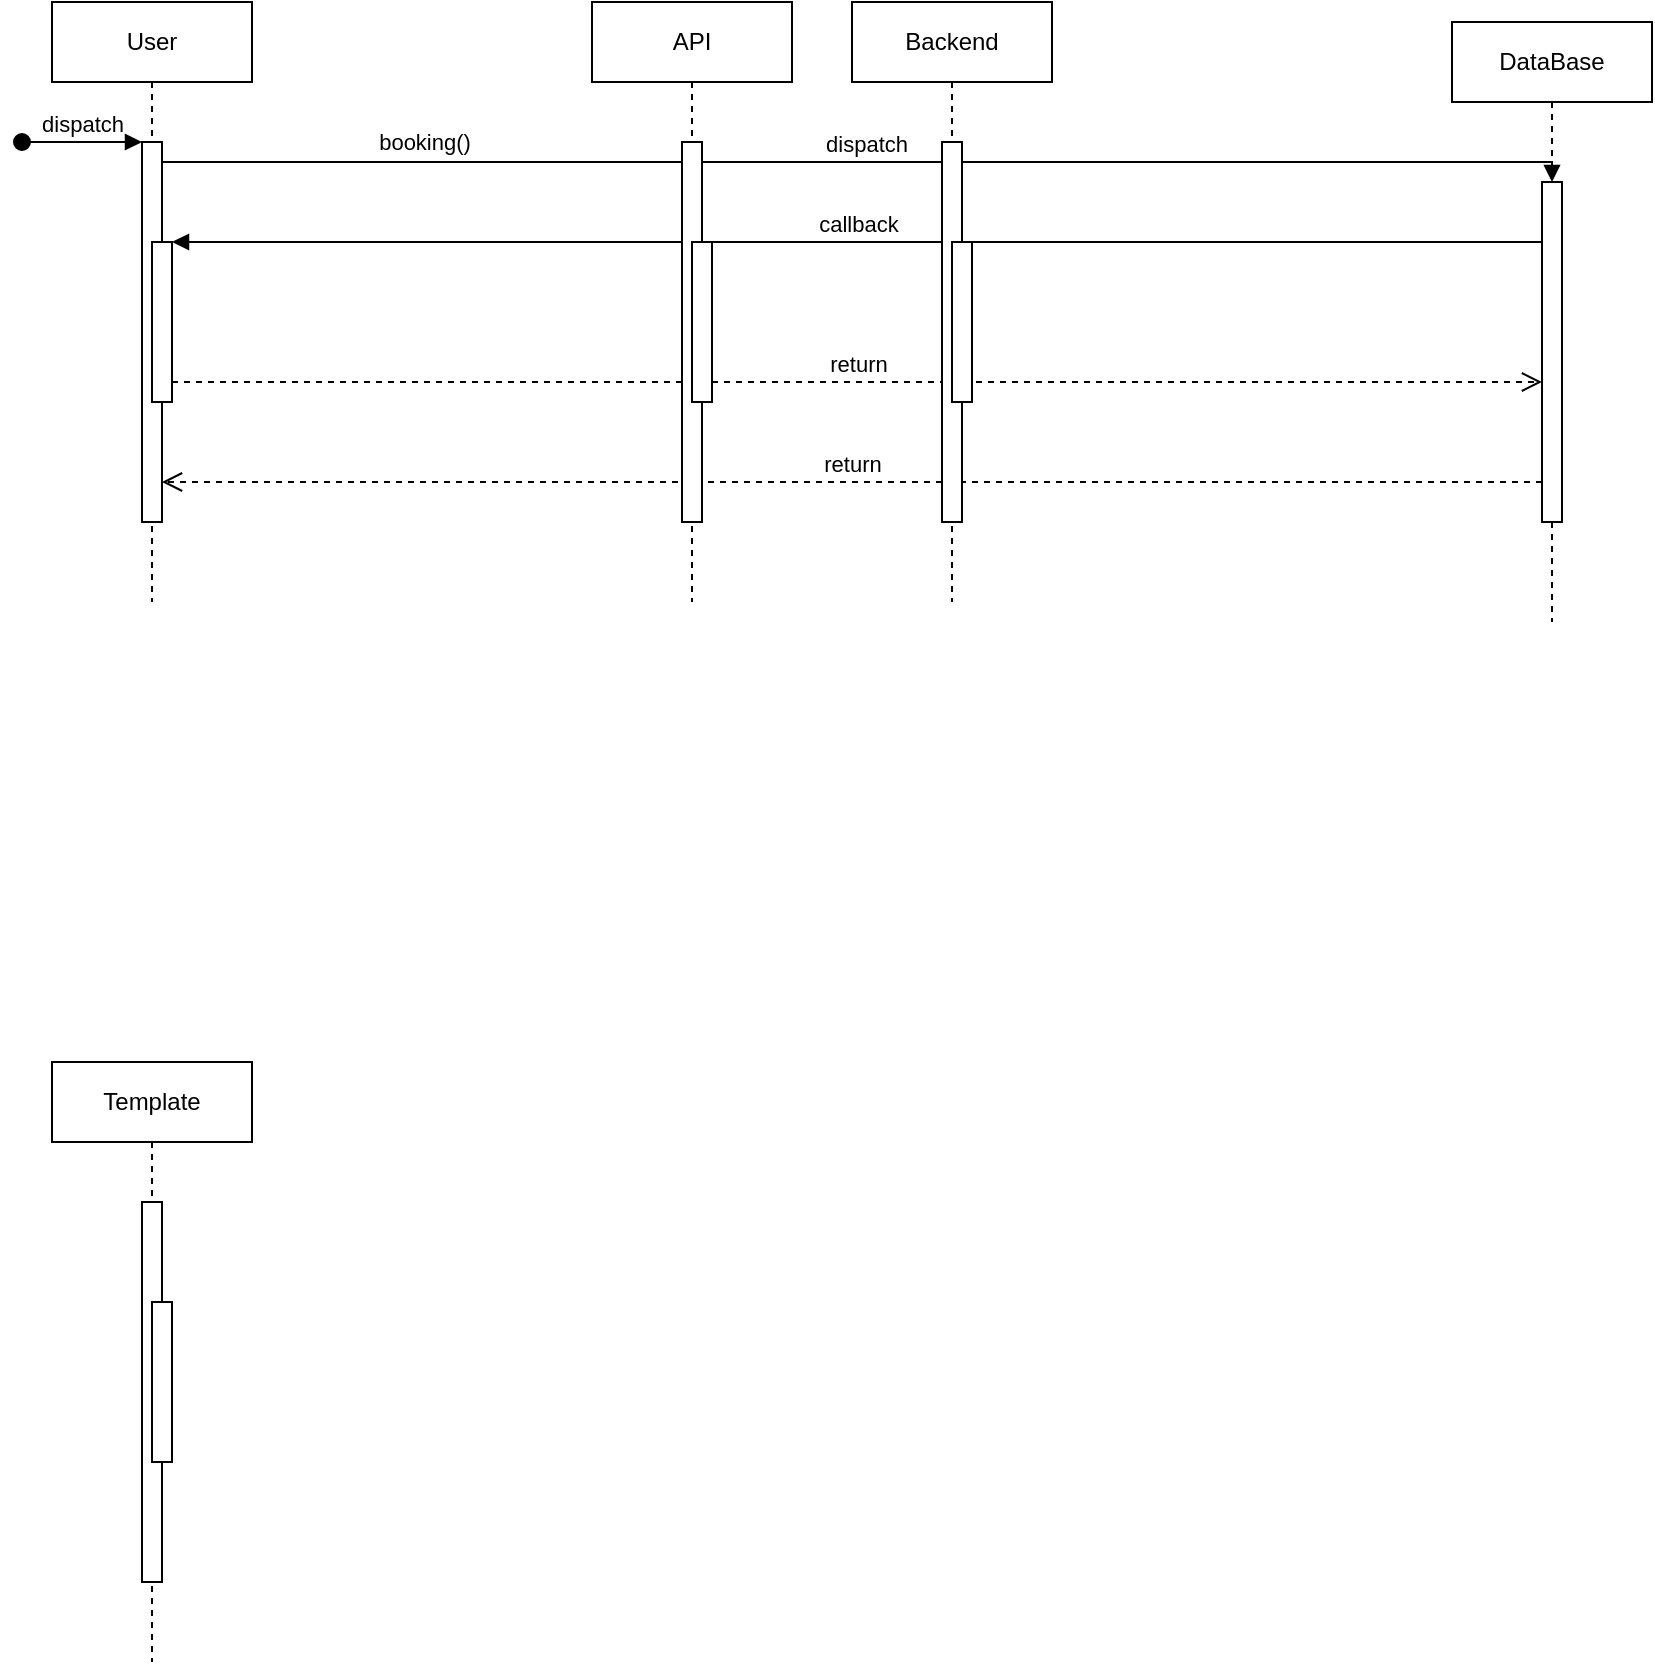
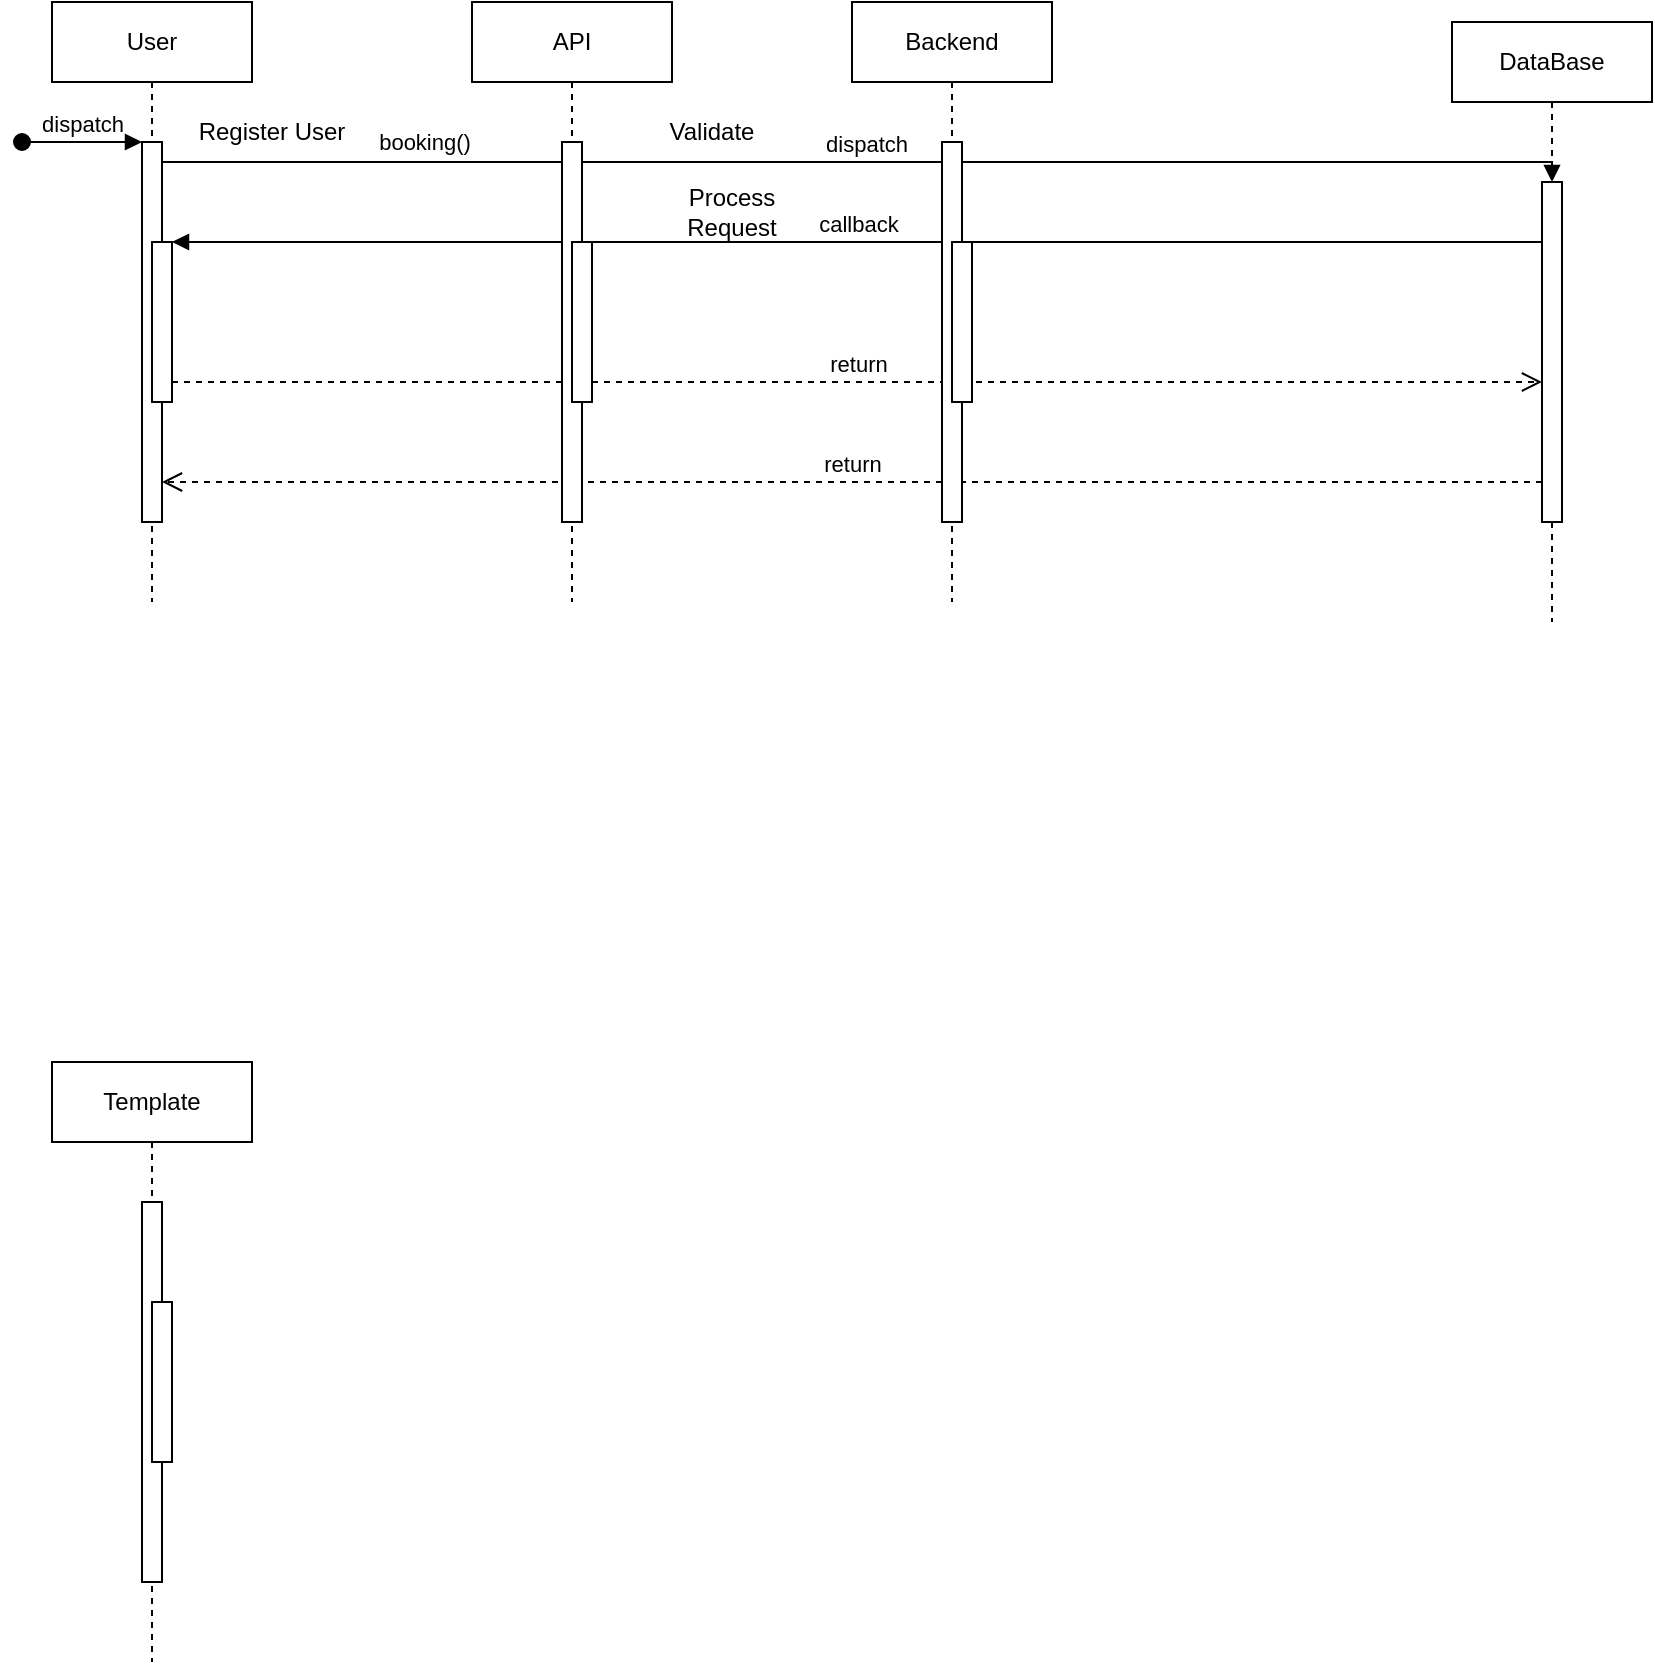
<mxfile host="app.diagrams.net" agent="5.0 (Macintosh; Intel Mac OS X 10_15_7) AppleWebKit/537.36 (KHTML, like Gecko) Chrome/109.0.0.0 Safari/537.36">
  <diagram name="Page-1" id="2YBvvXClWsGukQMizWep">
-     <mxGraphModel dx="857" dy="482" grid="1" gridSize="10" guides="1" tooltips="1" connect="1" arrows="1" fold="1" page="1" pageScale="1" pageWidth="850" pageHeight="1100" math="0" shadow="0">
+     <mxGraphModel dx="1090" dy="908" grid="1" gridSize="10" guides="1" tooltips="1" connect="1" arrows="1" fold="1" page="1" pageScale="1" pageWidth="850" pageHeight="1100" math="0" shadow="0">
      <root>
        <mxCell id="0" />
        <mxCell id="1" parent="0" />
        <mxCell id="aM9ryv3xv72pqoxQDRHE-1" parent="1" style="shape=umlLifeline;perimeter=lifelinePerimeter;whiteSpace=wrap;html=1;container=0;dropTarget=0;collapsible=0;recursiveResize=0;outlineConnect=0;portConstraint=eastwest;newEdgeStyle={&quot;edgeStyle&quot;:&quot;elbowEdgeStyle&quot;,&quot;elbow&quot;:&quot;vertical&quot;,&quot;curved&quot;:0,&quot;rounded&quot;:0};" value="User" vertex="1">
          <mxGeometry height="300" width="100" x="40" y="40" as="geometry" />
        </mxCell>
        <mxCell id="aM9ryv3xv72pqoxQDRHE-2" parent="aM9ryv3xv72pqoxQDRHE-1" style="html=1;points=[];perimeter=orthogonalPerimeter;outlineConnect=0;targetShapes=umlLifeline;portConstraint=eastwest;newEdgeStyle={&quot;edgeStyle&quot;:&quot;elbowEdgeStyle&quot;,&quot;elbow&quot;:&quot;vertical&quot;,&quot;curved&quot;:0,&quot;rounded&quot;:0};" value="" vertex="1">
          <mxGeometry height="190" width="10" x="45" y="70" as="geometry" />
        </mxCell>
        <mxCell id="aM9ryv3xv72pqoxQDRHE-3" edge="1" parent="aM9ryv3xv72pqoxQDRHE-1" style="html=1;verticalAlign=bottom;startArrow=oval;endArrow=block;startSize=8;edgeStyle=elbowEdgeStyle;elbow=vertical;curved=0;rounded=0;" target="aM9ryv3xv72pqoxQDRHE-2" value="dispatch">
          <mxGeometry relative="1" as="geometry">
            <mxPoint x="-15" y="70" as="sourcePoint" />
          </mxGeometry>
        </mxCell>
        <mxCell id="aM9ryv3xv72pqoxQDRHE-4" parent="aM9ryv3xv72pqoxQDRHE-1" style="html=1;points=[];perimeter=orthogonalPerimeter;outlineConnect=0;targetShapes=umlLifeline;portConstraint=eastwest;newEdgeStyle={&quot;edgeStyle&quot;:&quot;elbowEdgeStyle&quot;,&quot;elbow&quot;:&quot;vertical&quot;,&quot;curved&quot;:0,&quot;rounded&quot;:0};" value="" vertex="1">
          <mxGeometry height="80" width="10" x="50" y="120" as="geometry" />
        </mxCell>
        <mxCell id="aM9ryv3xv72pqoxQDRHE-5" parent="1" style="shape=umlLifeline;perimeter=lifelinePerimeter;whiteSpace=wrap;html=1;container=0;dropTarget=0;collapsible=0;recursiveResize=0;outlineConnect=0;portConstraint=eastwest;newEdgeStyle={&quot;edgeStyle&quot;:&quot;elbowEdgeStyle&quot;,&quot;elbow&quot;:&quot;vertical&quot;,&quot;curved&quot;:0,&quot;rounded&quot;:0};" value="DataBase" vertex="1">
          <mxGeometry height="300" width="100" x="740" y="50" as="geometry" />
        </mxCell>
        <mxCell id="aM9ryv3xv72pqoxQDRHE-6" parent="aM9ryv3xv72pqoxQDRHE-5" style="html=1;points=[];perimeter=orthogonalPerimeter;outlineConnect=0;targetShapes=umlLifeline;portConstraint=eastwest;newEdgeStyle={&quot;edgeStyle&quot;:&quot;elbowEdgeStyle&quot;,&quot;elbow&quot;:&quot;vertical&quot;,&quot;curved&quot;:0,&quot;rounded&quot;:0};" value="" vertex="1">
          <mxGeometry height="170" width="10" x="45" y="80" as="geometry" />
        </mxCell>
        <mxCell id="aM9ryv3xv72pqoxQDRHE-7" edge="1" parent="1" source="aM9ryv3xv72pqoxQDRHE-2" style="html=1;verticalAlign=bottom;endArrow=block;edgeStyle=elbowEdgeStyle;elbow=vertical;curved=0;rounded=0;" target="aM9ryv3xv72pqoxQDRHE-6" value="dispatch">
          <mxGeometry relative="1" as="geometry">
            <Array as="points">
              <mxPoint x="180" y="120" />
            </Array>
            <mxPoint x="195" y="130" as="sourcePoint" />
          </mxGeometry>
        </mxCell>
        <mxCell id="SUudZ_YsPv13DbzPBlVf-1" connectable="0" parent="aM9ryv3xv72pqoxQDRHE-7" style="edgeLabel;html=1;align=center;verticalAlign=middle;resizable=0;points=[];" value="booking()" vertex="1">
          <mxGeometry relative="1" x="-0.6283" y="3" as="geometry">
            <mxPoint y="-7" as="offset" />
          </mxGeometry>
        </mxCell>
        <mxCell id="aM9ryv3xv72pqoxQDRHE-8" edge="1" parent="1" source="aM9ryv3xv72pqoxQDRHE-6" style="html=1;verticalAlign=bottom;endArrow=open;dashed=1;endSize=8;edgeStyle=elbowEdgeStyle;elbow=vertical;curved=0;rounded=0;" target="aM9ryv3xv72pqoxQDRHE-2" value="return">
          <mxGeometry relative="1" as="geometry">
            <Array as="points">
              <mxPoint x="190" y="280" />
            </Array>
            <mxPoint x="195" y="205" as="targetPoint" />
          </mxGeometry>
        </mxCell>
        <mxCell id="aM9ryv3xv72pqoxQDRHE-9" edge="1" parent="1" source="aM9ryv3xv72pqoxQDRHE-6" style="html=1;verticalAlign=bottom;endArrow=block;edgeStyle=elbowEdgeStyle;elbow=vertical;curved=0;rounded=0;" target="aM9ryv3xv72pqoxQDRHE-4" value="callback">
          <mxGeometry relative="1" as="geometry">
            <Array as="points">
              <mxPoint x="190" y="160" />
            </Array>
            <mxPoint x="175" y="160" as="sourcePoint" />
          </mxGeometry>
        </mxCell>
        <mxCell id="aM9ryv3xv72pqoxQDRHE-10" edge="1" parent="1" source="aM9ryv3xv72pqoxQDRHE-4" style="html=1;verticalAlign=bottom;endArrow=open;dashed=1;endSize=8;edgeStyle=elbowEdgeStyle;elbow=vertical;curved=0;rounded=0;" target="aM9ryv3xv72pqoxQDRHE-6" value="return">
          <mxGeometry relative="1" as="geometry">
            <Array as="points">
              <mxPoint x="180" y="230" />
            </Array>
            <mxPoint x="175" y="235" as="targetPoint" />
          </mxGeometry>
        </mxCell>
        <mxCell id="7Z1T8ZwHcXeBXznP6D7j-5" parent="1" style="shape=umlLifeline;perimeter=lifelinePerimeter;whiteSpace=wrap;html=1;container=0;dropTarget=0;collapsible=0;recursiveResize=0;outlineConnect=0;portConstraint=eastwest;newEdgeStyle={&quot;edgeStyle&quot;:&quot;elbowEdgeStyle&quot;,&quot;elbow&quot;:&quot;vertical&quot;,&quot;curved&quot;:0,&quot;rounded&quot;:0};" value="API" vertex="1">
-           <mxGeometry height="300" width="100" x="310" y="40" as="geometry" />
+           <mxGeometry height="300" width="100" x="250" y="40" as="geometry" />
        </mxCell>
        <mxCell id="7Z1T8ZwHcXeBXznP6D7j-6" parent="7Z1T8ZwHcXeBXznP6D7j-5" style="html=1;points=[];perimeter=orthogonalPerimeter;outlineConnect=0;targetShapes=umlLifeline;portConstraint=eastwest;newEdgeStyle={&quot;edgeStyle&quot;:&quot;elbowEdgeStyle&quot;,&quot;elbow&quot;:&quot;vertical&quot;,&quot;curved&quot;:0,&quot;rounded&quot;:0};" value="" vertex="1">
          <mxGeometry height="190" width="10" x="45" y="70" as="geometry" />
        </mxCell>
        <mxCell id="7Z1T8ZwHcXeBXznP6D7j-8" parent="7Z1T8ZwHcXeBXznP6D7j-5" style="html=1;points=[];perimeter=orthogonalPerimeter;outlineConnect=0;targetShapes=umlLifeline;portConstraint=eastwest;newEdgeStyle={&quot;edgeStyle&quot;:&quot;elbowEdgeStyle&quot;,&quot;elbow&quot;:&quot;vertical&quot;,&quot;curved&quot;:0,&quot;rounded&quot;:0};" value="" vertex="1">
          <mxGeometry height="80" width="10" x="50" y="120" as="geometry" />
        </mxCell>
        <mxCell id="7Z1T8ZwHcXeBXznP6D7j-9" parent="1" style="shape=umlLifeline;perimeter=lifelinePerimeter;whiteSpace=wrap;html=1;container=0;dropTarget=0;collapsible=0;recursiveResize=0;outlineConnect=0;portConstraint=eastwest;newEdgeStyle={&quot;edgeStyle&quot;:&quot;elbowEdgeStyle&quot;,&quot;elbow&quot;:&quot;vertical&quot;,&quot;curved&quot;:0,&quot;rounded&quot;:0};" value="&lt;div&gt;Backend&lt;/div&gt;" vertex="1">
          <mxGeometry height="300" width="100" x="440" y="40" as="geometry" />
        </mxCell>
        <mxCell id="7Z1T8ZwHcXeBXznP6D7j-10" parent="7Z1T8ZwHcXeBXznP6D7j-9" style="html=1;points=[];perimeter=orthogonalPerimeter;outlineConnect=0;targetShapes=umlLifeline;portConstraint=eastwest;newEdgeStyle={&quot;edgeStyle&quot;:&quot;elbowEdgeStyle&quot;,&quot;elbow&quot;:&quot;vertical&quot;,&quot;curved&quot;:0,&quot;rounded&quot;:0};" value="" vertex="1">
          <mxGeometry height="190" width="10" x="45" y="70" as="geometry" />
        </mxCell>
        <mxCell id="7Z1T8ZwHcXeBXznP6D7j-11" parent="7Z1T8ZwHcXeBXznP6D7j-9" style="html=1;points=[];perimeter=orthogonalPerimeter;outlineConnect=0;targetShapes=umlLifeline;portConstraint=eastwest;newEdgeStyle={&quot;edgeStyle&quot;:&quot;elbowEdgeStyle&quot;,&quot;elbow&quot;:&quot;vertical&quot;,&quot;curved&quot;:0,&quot;rounded&quot;:0};" value="" vertex="1">
          <mxGeometry height="80" width="10" x="50" y="120" as="geometry" />
        </mxCell>
        <mxCell id="7Z1T8ZwHcXeBXznP6D7j-12" parent="1" style="shape=umlLifeline;perimeter=lifelinePerimeter;whiteSpace=wrap;html=1;container=0;dropTarget=0;collapsible=0;recursiveResize=0;outlineConnect=0;portConstraint=eastwest;newEdgeStyle={&quot;edgeStyle&quot;:&quot;elbowEdgeStyle&quot;,&quot;elbow&quot;:&quot;vertical&quot;,&quot;curved&quot;:0,&quot;rounded&quot;:0};" value="Template" vertex="1">
          <mxGeometry height="300" width="100" x="40" y="570" as="geometry" />
        </mxCell>
        <mxCell id="7Z1T8ZwHcXeBXznP6D7j-13" parent="7Z1T8ZwHcXeBXznP6D7j-12" style="html=1;points=[];perimeter=orthogonalPerimeter;outlineConnect=0;targetShapes=umlLifeline;portConstraint=eastwest;newEdgeStyle={&quot;edgeStyle&quot;:&quot;elbowEdgeStyle&quot;,&quot;elbow&quot;:&quot;vertical&quot;,&quot;curved&quot;:0,&quot;rounded&quot;:0};" value="" vertex="1">
          <mxGeometry height="190" width="10" x="45" y="70" as="geometry" />
        </mxCell>
        <mxCell id="7Z1T8ZwHcXeBXznP6D7j-14" parent="7Z1T8ZwHcXeBXznP6D7j-12" style="html=1;points=[];perimeter=orthogonalPerimeter;outlineConnect=0;targetShapes=umlLifeline;portConstraint=eastwest;newEdgeStyle={&quot;edgeStyle&quot;:&quot;elbowEdgeStyle&quot;,&quot;elbow&quot;:&quot;vertical&quot;,&quot;curved&quot;:0,&quot;rounded&quot;:0};" value="" vertex="1">
          <mxGeometry height="80" width="10" x="50" y="120" as="geometry" />
        </mxCell>
+         <mxCell id="D9VVy2PClrj1YHKQl20F-1" parent="1" style="text;html=1;whiteSpace=wrap;strokeColor=none;fillColor=none;align=center;verticalAlign=middle;rounded=0;" value="Register User" vertex="1">
+           <mxGeometry height="30" width="100" x="100" y="90" as="geometry" />
+         </mxCell>
+         <mxCell id="D9VVy2PClrj1YHKQl20F-2" parent="1" style="text;html=1;whiteSpace=wrap;strokeColor=none;fillColor=none;align=center;verticalAlign=middle;rounded=0;" value="Validate" vertex="1">
+           <mxGeometry height="30" width="60" x="340" y="90" as="geometry" />
+         </mxCell>
+         <mxCell id="D9VVy2PClrj1YHKQl20F-3" parent="1" style="text;html=1;whiteSpace=wrap;strokeColor=none;fillColor=none;align=center;verticalAlign=middle;rounded=0;" value="Process Request" vertex="1">
+           <mxGeometry height="30" width="60" x="350" y="130" as="geometry" />
+         </mxCell>
      </root>
    </mxGraphModel>
  </diagram>
</mxfile>
